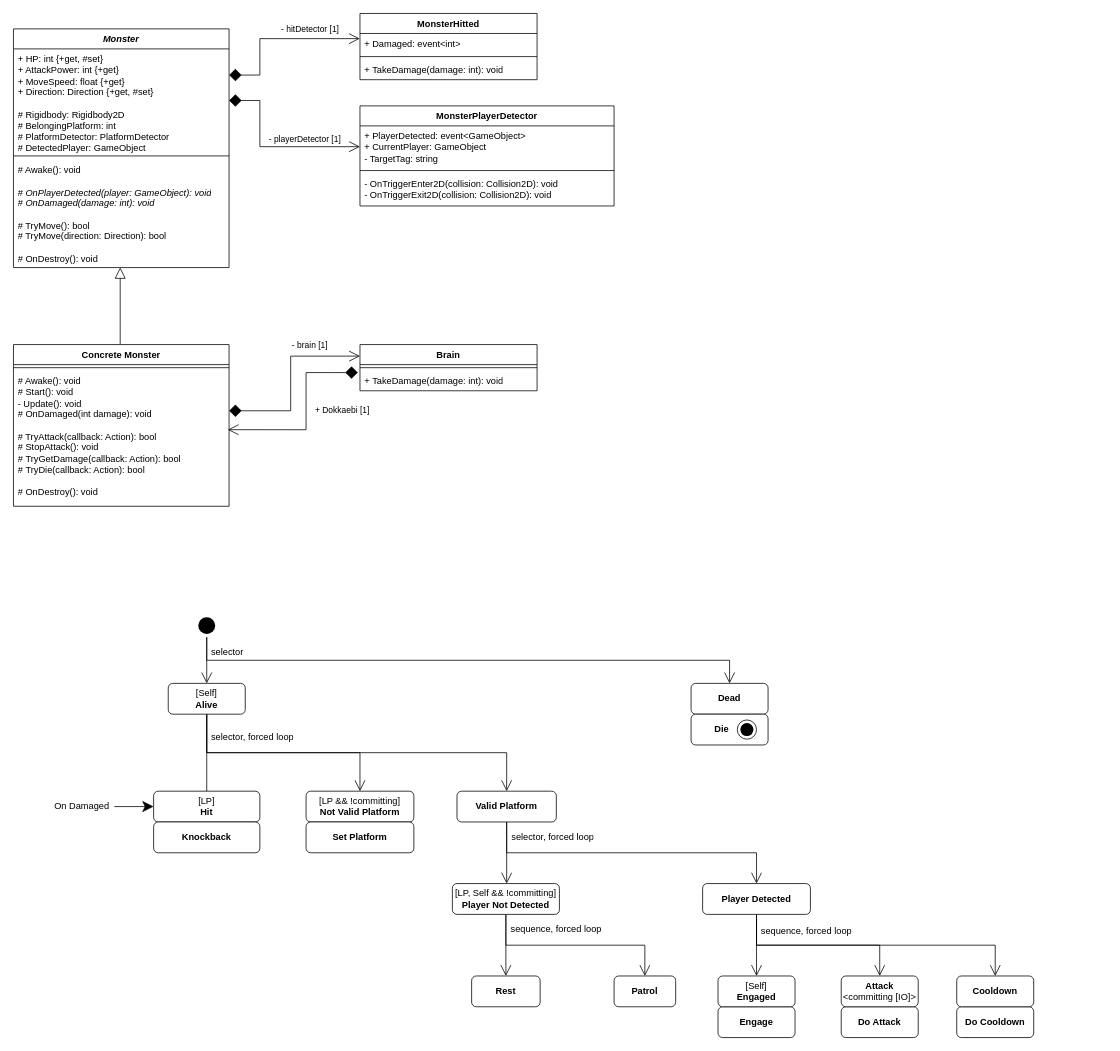
This is Assets/Scripts/Monster/Project H - Monster.drawio from clssl15-Org/ProjectH, a draw.io file, before an edit. Source tidied: cells renumbered, new cells numbered last; positions are measured from the earlier drawing's top-left corner, leaving out a move shared by most shapes. Both pictures are drawn from the tidied source at 77%, with x=0, y=0 at pixel (13, 13).
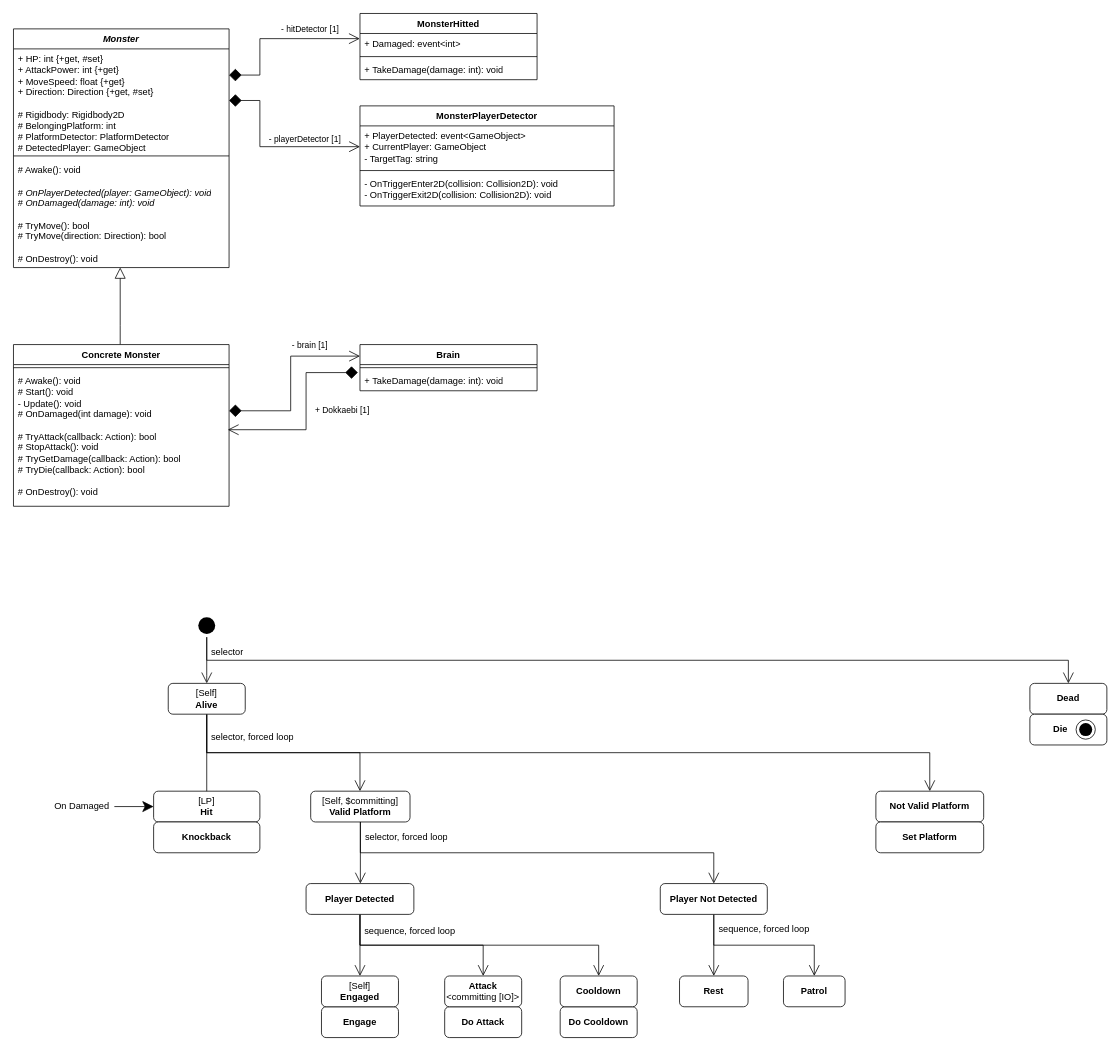
The same page after the edit.

The change refers to these unchanged cells:
```xml
<mxCell id="27" style="ellipse;html=1;shape=startState;fillColor=#000000;strokeColor=none;" parent="1" vertex="1">
  <mxGeometry x="236" y="780" width="30" height="30" as="geometry" />
</mxCell>
<mxCell id="41" value="[Self]&lt;div&gt;&lt;b&gt;Alive&lt;/b&gt;&lt;/div&gt;" style="rounded=1;whiteSpace=wrap;html=1;" parent="1" vertex="1">
  <mxGeometry x="201" y="870" width="100" height="40" as="geometry" />
</mxCell>
```

The edit, as a diff of the source:
```diff
@@
     <mxCell id="26" style="edgeStyle=orthogonalEdgeStyle;rounded=0;jettySize=auto;html=1;entryX=0.5;entryY=0;entryDx=0;entryDy=0;endArrow=open;endFill=0;endSize=12;" parent="1" edge="1" source="27" target="42">
       <mxGeometry relative="1" as="geometry">
         <Array as="points">
           <mxPoint x="251" y="840" />
-          <mxPoint x="930" y="840" />
+          <mxPoint x="1370" y="840" />
         </Array>
       </mxGeometry>
     </mxCell>
@@
-    <mxCell id="28" value="&lt;div&gt;[LP &amp;amp;&amp;amp; !&lt;span style=&quot;background-color: transparent; color: light-dark(rgb(0, 0, 0), rgb(255, 255, 255));&quot;&gt;committing&lt;/span&gt;&lt;span style=&quot;background-color: transparent; color: light-dark(rgb(0, 0, 0), rgb(255, 255, 255));&quot;&gt;]&lt;/span&gt;&lt;/div&gt;&lt;b&gt;Not Valid Platform&lt;/b&gt;" style="rounded=1;whiteSpace=wrap;html=1;" parent="1" vertex="1">
-      <mxGeometry x="380" y="1010" width="140" height="40" as="geometry" />
-    </mxCell>
-    <mxCell id="29" value="&lt;b&gt;Set Platform&lt;/b&gt;" style="rounded=1;whiteSpace=wrap;html=1;" parent="1" vertex="1">
-      <mxGeometry x="380" y="1050" width="140" height="40" as="geometry" />
-    </mxCell>
@@
     <mxCell id="32" style="edgeStyle=orthogonalEdgeStyle;shape=connector;rounded=0;jettySize=auto;html=1;entryX=0.5;entryY=0;entryDx=0;entryDy=0;strokeColor=default;align=center;verticalAlign=middle;fontFamily=Helvetica;fontSize=11;fontColor=default;labelBackgroundColor=default;endArrow=open;endFill=0;endSize=12;" parent="1" edge="1" source="33">
       <mxGeometry relative="1" as="geometry">
-        <mxPoint x="640.5" y="1130" as="targetPoint" />
+        <mxPoint x="450.5" y="1130" as="targetPoint" />
       </mxGeometry>
     </mxCell>
-    <mxCell id="33" value="&lt;div&gt;&lt;b style=&quot;background-color: transparent; color: light-dark(rgb(0, 0, 0), rgb(255, 255, 255));&quot;&gt;Valid Platform&lt;/b&gt;&lt;/div&gt;" style="rounded=1;whiteSpace=wrap;html=1;" parent="1" vertex="1">
-      <mxGeometry x="576" y="1010" width="129" height="40" as="geometry" />
+    <mxCell id="33" value="&lt;div&gt;&lt;span style=&quot;background-color: transparent; color: light-dark(rgb(0, 0, 0), rgb(255, 255, 255));&quot;&gt;[Self, $committing]&lt;/span&gt;&lt;/div&gt;&lt;div&gt;&lt;b style=&quot;background-color: transparent; color: light-dark(rgb(0, 0, 0), rgb(255, 255, 255));&quot;&gt;Valid Platform&lt;/b&gt;&lt;/div&gt;" style="rounded=1;whiteSpace=wrap;html=1;" parent="1" vertex="1">
+      <mxGeometry x="386" y="1010" width="129" height="40" as="geometry" />
     </mxCell>
-    <mxCell id="34" value="&lt;b&gt;Engage&lt;/b&gt;" style="rounded=1;whiteSpace=wrap;html=1;" parent="1" vertex="1">
-      <mxGeometry x="915" y="1290" width="100" height="40" as="geometry" />
-    </mxCell>
-    <mxCell id="35" value="[Self]&lt;div&gt;&lt;b&gt;Engaged&lt;/b&gt;&lt;/div&gt;" style="rounded=1;whiteSpace=wrap;html=1;" parent="1" vertex="1">
-      <mxGeometry x="915" y="1250" width="100" height="40" as="geometry" />
-    </mxCell>
-    <mxCell id="36" value="&lt;b&gt;Do Attack&lt;/b&gt;" style="rounded=1;whiteSpace=wrap;html=1;" parent="1" vertex="1">
-      <mxGeometry x="1075" y="1290" width="100" height="40" as="geometry" />
-    </mxCell>
-    <mxCell id="37" value="&lt;b&gt;Attack&lt;/b&gt;&lt;div&gt;&amp;lt;committing [IO]&amp;gt;&lt;/div&gt;" style="rounded=1;whiteSpace=wrap;html=1;" parent="1" vertex="1">
-      <mxGeometry x="1075" y="1250" width="100" height="40" as="geometry" />
-    </mxCell>
@@
-    <mxCell id="39" style="edgeStyle=orthogonalEdgeStyle;shape=connector;rounded=0;jettySize=auto;html=1;entryX=0.5;entryY=0;entryDx=0;entryDy=0;strokeColor=default;align=center;verticalAlign=middle;fontFamily=Helvetica;fontSize=11;fontColor=default;labelBackgroundColor=default;endArrow=open;endFill=0;endSize=12;" parent="1" edge="1" source="41" target="28">
+    <mxCell id="39" style="edgeStyle=orthogonalEdgeStyle;shape=connector;rounded=0;jettySize=auto;html=1;entryX=0.5;entryY=0;entryDx=0;entryDy=0;strokeColor=default;align=center;verticalAlign=middle;fontFamily=Helvetica;fontSize=11;fontColor=default;labelBackgroundColor=default;endArrow=open;endFill=0;endSize=12;" parent="1" edge="1" source="41">
       <mxGeometry relative="1" as="geometry">
+        <mxPoint x="450" y="1010" as="targetPoint" />
         <Array as="points">
           <mxPoint x="251" y="960" />
           <mxPoint x="450" y="960" />
         </Array>
       </mxGeometry>
     </mxCell>
-    <mxCell id="40" style="edgeStyle=orthogonalEdgeStyle;shape=connector;rounded=0;jettySize=auto;html=1;entryX=0.5;entryY=0;entryDx=0;entryDy=0;strokeColor=default;align=center;verticalAlign=middle;fontFamily=Helvetica;fontSize=11;fontColor=default;labelBackgroundColor=default;endArrow=open;endFill=0;endSize=12;" parent="1" edge="1" source="41" target="33">
-      <mxGeometry relative="1" as="geometry">
-        <Array as="points">
-          <mxPoint x="251" y="960" />
-          <mxPoint x="641" y="960" />
-        </Array>
-      </mxGeometry>
-    </mxCell>
+    <mxCell id="66" style="edgeStyle=orthogonalEdgeStyle;rounded=0;jettySize=auto;html=1;entryX=0.5;entryY=0;entryDx=0;entryDy=0;strokeColor=default;align=center;verticalAlign=middle;fontFamily=Helvetica;fontSize=11;fontColor=default;labelBackgroundColor=default;endArrow=open;endFill=0;endSize=12;" parent="1" edge="1" source="41" target="67">
+      <mxGeometry relative="1" as="geometry">
+        <Array as="points">
+          <mxPoint x="251" y="960" />
+          <mxPoint x="1190" y="960" />
+        </Array>
+      </mxGeometry>
+    </mxCell>
@@
     <mxCell id="42" value="&lt;div&gt;&lt;font&gt;&lt;b style=&quot;background-color: transparent; color: light-dark(rgb(0, 0, 0), rgb(255, 255, 255));&quot;&gt;Dead&lt;/b&gt;&lt;/font&gt;&lt;/div&gt;" style="rounded=1;whiteSpace=wrap;html=1;" parent="1" vertex="1">
-      <mxGeometry x="880" y="870" width="100" height="40" as="geometry" />
+      <mxGeometry x="1320" y="870" width="100" height="40" as="geometry" />
     </mxCell>
     <mxCell id="43" value="&lt;b&gt;Die&amp;nbsp; &amp;nbsp; &amp;nbsp;&amp;nbsp;&lt;/b&gt;" style="rounded=1;whiteSpace=wrap;html=1;" parent="1" vertex="1">
-      <mxGeometry x="880" y="910" width="100" height="40" as="geometry" />
+      <mxGeometry x="1320" y="910" width="100" height="40" as="geometry" />
     </mxCell>
     <mxCell id="44" style="group;" parent="1" vertex="1">
-      <mxGeometry x="940" y="917.5" width="25" height="25" as="geometry" />
+      <mxGeometry x="1380" y="917.5" width="25" height="25" as="geometry" />
     </mxCell>
@@
     <mxCell id="49" value="&lt;div style=&quot;&quot;&gt;selector&lt;span style=&quot;background-color: transparent; color: light-dark(rgb(0, 0, 0), rgb(255, 255, 255));&quot;&gt;, forced loop&lt;/span&gt;&lt;/div&gt;" style="text;html=1;strokeColor=none;fillColor=none;align=left;verticalAlign=middle;whiteSpace=wrap;overflow=hidden;" parent="1" vertex="1">
-      <mxGeometry x="645" y="1060" width="120" height="20" as="geometry" />
+      <mxGeometry x="455" y="1060" width="120" height="20" as="geometry" />
     </mxCell>
+    <mxCell id="63" style="edgeStyle=orthogonalEdgeStyle;rounded=0;jettySize=auto;html=1;endArrow=open;endFill=0;endSize=12;entryX=0.5;entryY=0;entryDx=0;entryDy=0;" parent="1" edge="1" source="33" target="70">
+      <mxGeometry relative="1" as="geometry">
+        <Array as="points">
+          <mxPoint x="451" y="1090" />
+          <mxPoint x="910" y="1090" />
+          <mxPoint x="910" y="1130" />
+        </Array>
+      </mxGeometry>
+    </mxCell>
+    <mxCell id="64" style="edgeStyle=orthogonalEdgeStyle;rounded=0;orthogonalLoop=1;jettySize=auto;html=1;endSize=12;" parent="1" edge="1">
+      <mxGeometry relative="1" as="geometry">
+        <mxPoint x="131" y="1030" as="sourcePoint" />
+        <mxPoint x="182" y="1030" as="targetPoint" />
+      </mxGeometry>
+    </mxCell>
+    <mxCell id="65" value="&lt;div style=&quot;&quot;&gt;On Damaged&lt;/div&gt;" style="text;html=1;strokeColor=none;fillColor=none;align=center;verticalAlign=middle;whiteSpace=wrap;overflow=hidden;" parent="1" vertex="1">
+      <mxGeometry x="41" y="1020" width="96" height="20" as="geometry" />
+    </mxCell>
+    <mxCell id="67" value="&lt;div&gt;&lt;b style=&quot;background-color: transparent; color: light-dark(rgb(0, 0, 0), rgb(255, 255, 255));&quot;&gt;Not Valid Platform&lt;/b&gt;&lt;/div&gt;" style="rounded=1;whiteSpace=wrap;html=1;" parent="1" vertex="1">
+      <mxGeometry x="1120" y="1010" width="140" height="40" as="geometry" />
+    </mxCell>
+    <mxCell id="29" value="&lt;b&gt;Set Platform&lt;/b&gt;" style="rounded=1;whiteSpace=wrap;html=1;" parent="1" vertex="1">
+      <mxGeometry x="1120" y="1050" width="140" height="40" as="geometry" />
+    </mxCell>
+    <mxCell id="68" style="edgeStyle=orthogonalEdgeStyle;shape=connector;rounded=0;jettySize=auto;html=1;entryX=0.5;entryY=0;entryDx=0;entryDy=0;strokeColor=default;align=center;verticalAlign=middle;fontFamily=Helvetica;fontSize=11;fontColor=default;labelBackgroundColor=default;endArrow=open;endFill=0;endSize=12;" parent="1" edge="1" source="70" target="62">
+      <mxGeometry relative="1" as="geometry" />
+    </mxCell>
+    <mxCell id="69" style="edgeStyle=orthogonalEdgeStyle;shape=connector;rounded=0;jettySize=auto;html=1;entryX=0.5;entryY=0;entryDx=0;entryDy=0;strokeColor=default;align=center;verticalAlign=middle;fontFamily=Helvetica;fontSize=11;fontColor=default;labelBackgroundColor=default;endArrow=open;endFill=0;endSize=12;" parent="1" edge="1" source="70" target="61">
+      <mxGeometry relative="1" as="geometry">
+        <Array as="points">
+          <mxPoint x="910" y="1210" />
+          <mxPoint x="1040" y="1210" />
+        </Array>
+      </mxGeometry>
+    </mxCell>
+    <mxCell id="70" value="&lt;div&gt;&lt;b style=&quot;background-color: transparent; color: light-dark(rgb(0, 0, 0), rgb(255, 255, 255));&quot;&gt;Player Not Detected&lt;/b&gt;&lt;/div&gt;" style="rounded=1;whiteSpace=wrap;html=1;" parent="1" vertex="1">
+      <mxGeometry x="840" y="1130" width="139" height="40" as="geometry" />
+    </mxCell>
+    <mxCell id="71" value="&lt;div style=&quot;&quot;&gt;sequence, forced loop&lt;/div&gt;" style="text;html=1;strokeColor=none;fillColor=none;align=left;verticalAlign=middle;whiteSpace=wrap;overflow=hidden;" parent="1" vertex="1">
+      <mxGeometry x="914" y="1180" width="146" height="20" as="geometry" />
+    </mxCell>
+    <mxCell id="61" value="&lt;div&gt;&lt;b style=&quot;background-color: transparent; color: light-dark(rgb(0, 0, 0), rgb(255, 255, 255));&quot;&gt;Patrol&lt;/b&gt;&lt;/div&gt;" style="rounded=1;whiteSpace=wrap;html=1;" parent="1" vertex="1">
+      <mxGeometry x="1000" y="1250" width="80" height="40" as="geometry" />
+    </mxCell>
+    <mxCell id="62" value="&lt;div&gt;&lt;b style=&quot;background-color: transparent; color: light-dark(rgb(0, 0, 0), rgb(255, 255, 255));&quot;&gt;Rest&lt;/b&gt;&lt;/div&gt;" style="rounded=1;whiteSpace=wrap;html=1;" parent="1" vertex="1">
+      <mxGeometry x="865" y="1250" width="89" height="40" as="geometry" />
+    </mxCell>
+    <mxCell id="34" value="&lt;b&gt;Engage&lt;/b&gt;" style="rounded=1;whiteSpace=wrap;html=1;" parent="1" vertex="1">
+      <mxGeometry x="400" y="1290" width="100" height="40" as="geometry" />
+    </mxCell>
+    <mxCell id="35" value="[Self]&lt;div&gt;&lt;b&gt;Engaged&lt;/b&gt;&lt;/div&gt;" style="rounded=1;whiteSpace=wrap;html=1;" parent="1" vertex="1">
+      <mxGeometry x="400" y="1250" width="100" height="40" as="geometry" />
+    </mxCell>
+    <mxCell id="36" value="&lt;b&gt;Do Attack&lt;/b&gt;" style="rounded=1;whiteSpace=wrap;html=1;" parent="1" vertex="1">
+      <mxGeometry x="560" y="1290" width="100" height="40" as="geometry" />
+    </mxCell>
+    <mxCell id="37" value="&lt;b&gt;Attack&lt;/b&gt;&lt;div&gt;&amp;lt;committing [IO]&amp;gt;&lt;/div&gt;" style="rounded=1;whiteSpace=wrap;html=1;" parent="1" vertex="1">
+      <mxGeometry x="560" y="1250" width="100" height="40" as="geometry" />
+    </mxCell>
@@
     <mxCell id="51" style="edgeStyle=orthogonalEdgeStyle;shape=connector;rounded=0;jettySize=auto;html=1;entryX=0.5;entryY=0;entryDx=0;entryDy=0;strokeColor=default;align=center;verticalAlign=middle;fontFamily=Helvetica;fontSize=11;fontColor=default;labelBackgroundColor=default;endArrow=open;endFill=0;endSize=12;" parent="1" edge="1" source="53" target="37">
       <mxGeometry relative="1" as="geometry">
         <Array as="points">
-          <mxPoint x="965" y="1210" />
-          <mxPoint x="1125" y="1210" />
+          <mxPoint x="450" y="1210" />
+          <mxPoint x="610" y="1210" />
         </Array>
       </mxGeometry>
     </mxCell>
     <mxCell id="52" style="edgeStyle=orthogonalEdgeStyle;shape=connector;rounded=0;jettySize=auto;html=1;entryX=0.5;entryY=0;entryDx=0;entryDy=0;strokeColor=default;align=center;verticalAlign=middle;fontFamily=Helvetica;fontSize=11;fontColor=default;labelBackgroundColor=default;endArrow=open;endFill=0;endSize=12;" parent="1" edge="1" source="53" target="56">
       <mxGeometry relative="1" as="geometry">
         <Array as="points">
-          <mxPoint x="965" y="1210" />
-          <mxPoint x="1275" y="1210" />
+          <mxPoint x="450" y="1210" />
+          <mxPoint x="760" y="1210" />
         </Array>
       </mxGeometry>
     </mxCell>
     <mxCell id="53" value="&lt;div&gt;&lt;b style=&quot;background-color: transparent; color: light-dark(rgb(0, 0, 0), rgb(255, 255, 255));&quot;&gt;Player Detected&lt;/b&gt;&lt;/div&gt;" style="rounded=1;whiteSpace=wrap;html=1;" parent="1" vertex="1">
-      <mxGeometry x="895" y="1130" width="140" height="40" as="geometry" />
+      <mxGeometry x="380" y="1130" width="140" height="40" as="geometry" />
     </mxCell>
-    <mxCell id="54" value="&lt;div style=&quot;&quot;&gt;sequence, forced loop&lt;/div&gt;" style="text;html=1;strokeColor=none;fillColor=none;align=left;verticalAlign=middle;whiteSpace=wrap;overflow=hidden;" parent="1" vertex="1">
-      <mxGeometry x="969" y="1181.5" width="136" height="20" as="geometry" />
-    </mxCell>
+    <mxCell id="72" value="&lt;div style=&quot;&quot;&gt;sequence, forced loop&lt;/div&gt;" style="text;html=1;strokeColor=none;fillColor=none;align=left;verticalAlign=middle;whiteSpace=wrap;overflow=hidden;" parent="1" vertex="1">
+      <mxGeometry x="454" y="1181.5" width="136" height="20" as="geometry" />
+    </mxCell>
     <mxCell id="55" value="&lt;b&gt;Do&amp;nbsp;&lt;/b&gt;&lt;b&gt;Cooldown&lt;/b&gt;" style="rounded=1;whiteSpace=wrap;html=1;" parent="1" vertex="1">
-      <mxGeometry x="1225" y="1290" width="100" height="40" as="geometry" />
+      <mxGeometry x="710" y="1290" width="100" height="40" as="geometry" />
     </mxCell>
     <mxCell id="56" value="&lt;b&gt;Cooldown&lt;/b&gt;" style="rounded=1;whiteSpace=wrap;html=1;" parent="1" vertex="1">
-      <mxGeometry x="1225" y="1250" width="100" height="40" as="geometry" />
+      <mxGeometry x="710" y="1250" width="100" height="40" as="geometry" />
     </mxCell>
-    <mxCell id="57" style="edgeStyle=orthogonalEdgeStyle;shape=connector;rounded=0;jettySize=auto;html=1;entryX=0.5;entryY=0;entryDx=0;entryDy=0;strokeColor=default;align=center;verticalAlign=middle;fontFamily=Helvetica;fontSize=11;fontColor=default;labelBackgroundColor=default;endArrow=open;endFill=0;endSize=12;" parent="1" edge="1" source="59" target="62">
-      <mxGeometry relative="1" as="geometry" />
-    </mxCell>
-    <mxCell id="58" style="edgeStyle=orthogonalEdgeStyle;shape=connector;rounded=0;jettySize=auto;html=1;entryX=0.5;entryY=0;entryDx=0;entryDy=0;strokeColor=default;align=center;verticalAlign=middle;fontFamily=Helvetica;fontSize=11;fontColor=default;labelBackgroundColor=default;endArrow=open;endFill=0;endSize=12;" parent="1" edge="1" source="59" target="61">
-      <mxGeometry relative="1" as="geometry">
-        <Array as="points">
-          <mxPoint x="640" y="1210" />
-          <mxPoint x="820" y="1210" />
-        </Array>
-      </mxGeometry>
-    </mxCell>
-    <mxCell id="59" value="&lt;div&gt;[LP, Self &amp;amp;&amp;amp; !committing]&lt;b&gt;&lt;/b&gt;&lt;/div&gt;&lt;div&gt;&lt;b&gt;Player Not Detected&lt;/b&gt;&lt;/div&gt;" style="rounded=1;whiteSpace=wrap;html=1;" parent="1" vertex="1">
-      <mxGeometry x="570" y="1130" width="139" height="40" as="geometry" />
-    </mxCell>
-    <mxCell id="60" value="&lt;div style=&quot;&quot;&gt;sequence, forced loop&lt;/div&gt;" style="text;html=1;strokeColor=none;fillColor=none;align=left;verticalAlign=middle;whiteSpace=wrap;overflow=hidden;" parent="1" vertex="1">
-      <mxGeometry x="644" y="1180" width="206" height="20" as="geometry" />
-    </mxCell>
-    <mxCell id="61" value="&lt;div&gt;&lt;b style=&quot;background-color: transparent; color: light-dark(rgb(0, 0, 0), rgb(255, 255, 255));&quot;&gt;Patrol&lt;/b&gt;&lt;/div&gt;" style="rounded=1;whiteSpace=wrap;html=1;" parent="1" vertex="1">
-      <mxGeometry x="780" y="1250" width="80" height="40" as="geometry" />
-    </mxCell>
-    <mxCell id="62" value="&lt;div&gt;&lt;b style=&quot;background-color: transparent; color: light-dark(rgb(0, 0, 0), rgb(255, 255, 255));&quot;&gt;Rest&lt;/b&gt;&lt;/div&gt;" style="rounded=1;whiteSpace=wrap;html=1;" parent="1" vertex="1">
-      <mxGeometry x="595" y="1250" width="89" height="40" as="geometry" />
-    </mxCell>
-    <mxCell id="63" style="edgeStyle=orthogonalEdgeStyle;rounded=0;jettySize=auto;html=1;endArrow=open;endFill=0;endSize=12;entryX=0.5;entryY=0;entryDx=0;entryDy=0;" parent="1" edge="1" source="33" target="53">
-      <mxGeometry relative="1" as="geometry">
-        <Array as="points">
-          <mxPoint x="640" y="1090" />
-          <mxPoint x="965" y="1090" />
-        </Array>
-      </mxGeometry>
-    </mxCell>
-    <mxCell id="64" style="edgeStyle=orthogonalEdgeStyle;rounded=0;orthogonalLoop=1;jettySize=auto;html=1;endSize=12;" parent="1" edge="1">
-      <mxGeometry relative="1" as="geometry">
-        <mxPoint x="131" y="1030" as="sourcePoint" />
-        <mxPoint x="182" y="1030" as="targetPoint" />
-      </mxGeometry>
-    </mxCell>
-    <mxCell id="65" value="&lt;div style=&quot;&quot;&gt;On Damaged&lt;/div&gt;" style="text;html=1;strokeColor=none;fillColor=none;align=center;verticalAlign=middle;whiteSpace=wrap;overflow=hidden;" parent="1" vertex="1">
-      <mxGeometry x="41" y="1020" width="96" height="20" as="geometry" />
-    </mxCell>
```
